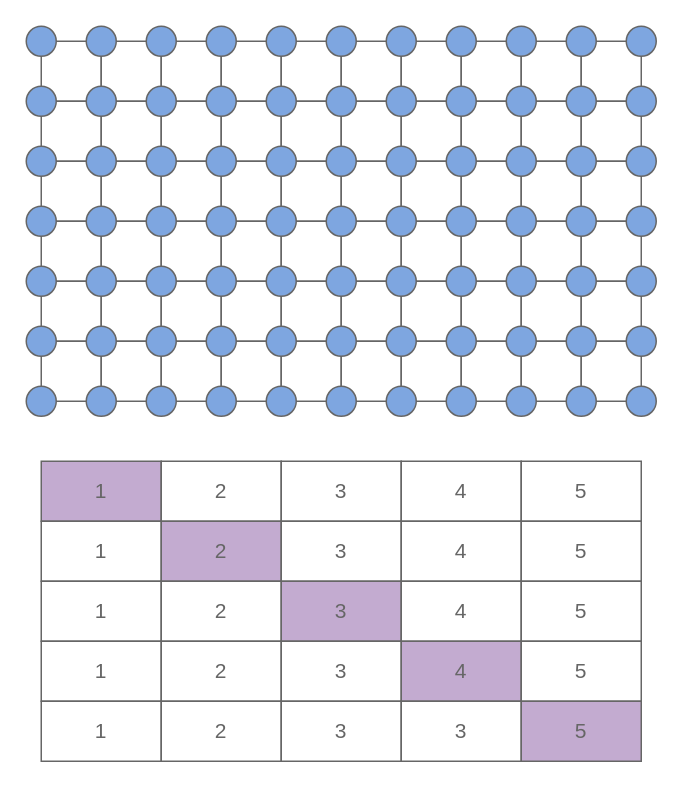
Before: figures/repeated-cross-validation-scheme.drawio in gomesluiz/long-lived-bug-bert-based-prediction, a draw.io diagram. Source tidied: cells renumbered, new cells numbered last; positions are measured from the earlier drawing's top-left corner, leaving out a move shared by most shapes. Both pictures are drawn from the tidied source at 150%, with x=0, y=0 at pixel (26, 26).
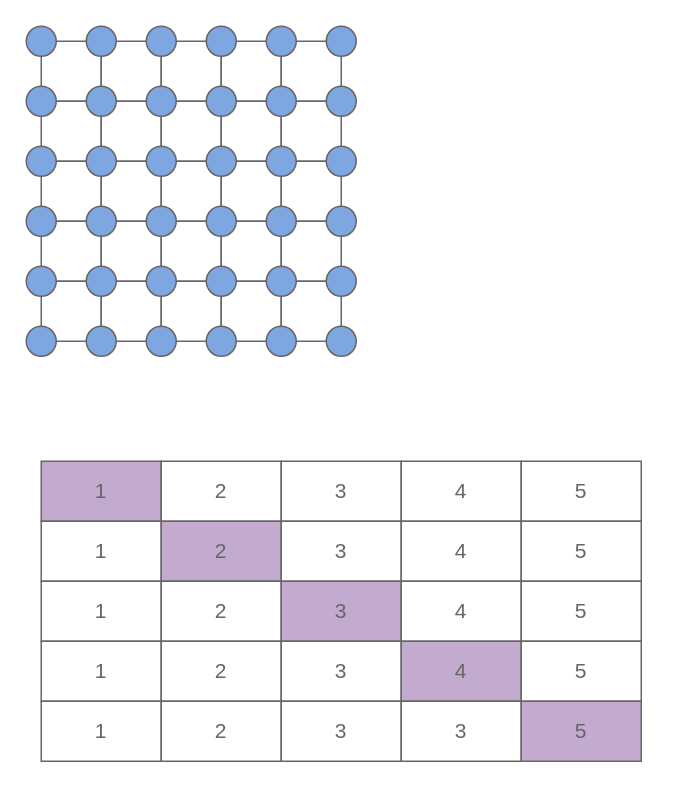
The same page after the edit.

What changed in the source:
```diff
@@
-    <mxCell id="7" style="whiteSpace=wrap;html=1;strokeColor=#666666;" parent="1" vertex="1">
-      <mxGeometry x="210" y="10" width="40" height="40" as="geometry" />
-    </mxCell>
-    <mxCell id="8" style="whiteSpace=wrap;html=1;strokeColor=#666666;" parent="1" vertex="1">
-      <mxGeometry x="250" y="10" width="40" height="40" as="geometry" />
-    </mxCell>
-    <mxCell id="9" style="whiteSpace=wrap;html=1;strokeColor=#666666;" parent="1" vertex="1">
-      <mxGeometry x="290" y="10" width="40" height="40" as="geometry" />
-    </mxCell>
-    <mxCell id="10" style="whiteSpace=wrap;html=1;strokeColor=#666666;" parent="1" vertex="1">
-      <mxGeometry x="330" y="10" width="40" height="40" as="geometry" />
-    </mxCell>
-    <mxCell id="11" style="whiteSpace=wrap;html=1;strokeColor=#666666;" parent="1" vertex="1">
-      <mxGeometry x="370" y="10" width="40" height="40" as="geometry" />
-    </mxCell>
@@
-    <mxCell id="17" style="whiteSpace=wrap;html=1;strokeColor=#666666;" parent="1" vertex="1">
-      <mxGeometry x="210" y="50" width="40" height="40" as="geometry" />
-    </mxCell>
-    <mxCell id="18" style="whiteSpace=wrap;html=1;strokeColor=#666666;" parent="1" vertex="1">
-      <mxGeometry x="250" y="50" width="40" height="40" as="geometry" />
-    </mxCell>
-    <mxCell id="19" style="whiteSpace=wrap;html=1;strokeColor=#666666;" parent="1" vertex="1">
-      <mxGeometry x="290" y="50" width="40" height="40" as="geometry" />
-    </mxCell>
-    <mxCell id="20" style="whiteSpace=wrap;html=1;strokeColor=#666666;" parent="1" vertex="1">
-      <mxGeometry x="330" y="50" width="40" height="40" as="geometry" />
-    </mxCell>
-    <mxCell id="21" style="whiteSpace=wrap;html=1;strokeColor=#666666;" parent="1" vertex="1">
-      <mxGeometry x="370" y="50" width="40" height="40" as="geometry" />
-    </mxCell>
@@
-    <mxCell id="27" style="whiteSpace=wrap;html=1;strokeColor=#666666;" parent="1" vertex="1">
-      <mxGeometry x="210" y="90" width="40" height="40" as="geometry" />
-    </mxCell>
-    <mxCell id="28" style="whiteSpace=wrap;html=1;strokeColor=#666666;" parent="1" vertex="1">
-      <mxGeometry x="250" y="90" width="40" height="40" as="geometry" />
-    </mxCell>
-    <mxCell id="29" style="whiteSpace=wrap;html=1;strokeColor=#666666;" parent="1" vertex="1">
-      <mxGeometry x="290" y="90" width="40" height="40" as="geometry" />
-    </mxCell>
-    <mxCell id="30" style="whiteSpace=wrap;html=1;strokeColor=#666666;" parent="1" vertex="1">
-      <mxGeometry x="330" y="90" width="40" height="40" as="geometry" />
-    </mxCell>
-    <mxCell id="31" style="whiteSpace=wrap;html=1;strokeColor=#666666;" parent="1" vertex="1">
-      <mxGeometry x="370" y="90" width="40" height="40" as="geometry" />
-    </mxCell>
@@
-    <mxCell id="37" style="whiteSpace=wrap;html=1;strokeColor=#666666;" parent="1" vertex="1">
-      <mxGeometry x="210" y="130" width="40" height="40" as="geometry" />
-    </mxCell>
-    <mxCell id="38" style="whiteSpace=wrap;html=1;strokeColor=#666666;" parent="1" vertex="1">
-      <mxGeometry x="250" y="130" width="40" height="40" as="geometry" />
-    </mxCell>
-    <mxCell id="39" style="whiteSpace=wrap;html=1;strokeColor=#666666;" parent="1" vertex="1">
-      <mxGeometry x="290" y="130" width="40" height="40" as="geometry" />
-    </mxCell>
-    <mxCell id="40" style="whiteSpace=wrap;html=1;strokeColor=#666666;" parent="1" vertex="1">
-      <mxGeometry x="330" y="130" width="40" height="40" as="geometry" />
-    </mxCell>
-    <mxCell id="41" style="whiteSpace=wrap;html=1;strokeColor=#666666;" parent="1" vertex="1">
-      <mxGeometry x="370" y="130" width="40" height="40" as="geometry" />
-    </mxCell>
@@
-    <mxCell id="47" style="whiteSpace=wrap;html=1;strokeColor=#666666;" parent="1" vertex="1">
-      <mxGeometry x="210" y="170" width="40" height="40" as="geometry" />
-    </mxCell>
-    <mxCell id="48" style="whiteSpace=wrap;html=1;strokeColor=#666666;" parent="1" vertex="1">
-      <mxGeometry x="250" y="170" width="40" height="40" as="geometry" />
-    </mxCell>
-    <mxCell id="49" style="whiteSpace=wrap;html=1;strokeColor=#666666;" parent="1" vertex="1">
-      <mxGeometry x="290" y="170" width="40" height="40" as="geometry" />
-    </mxCell>
-    <mxCell id="50" style="whiteSpace=wrap;html=1;strokeColor=#666666;" parent="1" vertex="1">
-      <mxGeometry x="330" y="170" width="40" height="40" as="geometry" />
-    </mxCell>
-    <mxCell id="51" style="whiteSpace=wrap;html=1;strokeColor=#666666;" parent="1" vertex="1">
-      <mxGeometry x="370" y="170" width="40" height="40" as="geometry" />
-    </mxCell>
-    <mxCell id="52" style="whiteSpace=wrap;html=1;strokeColor=#666666;" parent="1" vertex="1">
-      <mxGeometry x="10" y="210" width="40" height="40" as="geometry" />
-    </mxCell>
-    <mxCell id="53" style="whiteSpace=wrap;html=1;strokeColor=#666666;" parent="1" vertex="1">
-      <mxGeometry x="50" y="210" width="40" height="40" as="geometry" />
-    </mxCell>
-    <mxCell id="54" style="whiteSpace=wrap;html=1;strokeColor=#666666;" parent="1" vertex="1">
-      <mxGeometry x="90" y="210" width="40" height="40" as="geometry" />
-    </mxCell>
-    <mxCell id="55" style="whiteSpace=wrap;html=1;strokeColor=#666666;" parent="1" vertex="1">
-      <mxGeometry x="130" y="210" width="40" height="40" as="geometry" />
-    </mxCell>
-    <mxCell id="56" style="whiteSpace=wrap;html=1;strokeColor=#666666;" parent="1" vertex="1">
-      <mxGeometry x="170" y="210" width="40" height="40" as="geometry" />
-    </mxCell>
-    <mxCell id="57" style="whiteSpace=wrap;html=1;strokeColor=#666666;" parent="1" vertex="1">
-      <mxGeometry x="210" y="210" width="40" height="40" as="geometry" />
-    </mxCell>
-    <mxCell id="58" style="whiteSpace=wrap;html=1;strokeColor=#666666;" parent="1" vertex="1">
-      <mxGeometry x="250" y="210" width="40" height="40" as="geometry" />
-    </mxCell>
-    <mxCell id="59" style="whiteSpace=wrap;html=1;strokeColor=#666666;" parent="1" vertex="1">
-      <mxGeometry x="290" y="210" width="40" height="40" as="geometry" />
-    </mxCell>
-    <mxCell id="60" style="whiteSpace=wrap;html=1;strokeColor=#666666;" parent="1" vertex="1">
-      <mxGeometry x="330" y="210" width="40" height="40" as="geometry" />
-    </mxCell>
-    <mxCell id="61" style="whiteSpace=wrap;html=1;strokeColor=#666666;" parent="1" vertex="1">
-      <mxGeometry x="370" y="210" width="40" height="40" as="geometry" />
-    </mxCell>
@@
-    <mxCell id="67" style="ellipse;whiteSpace=wrap;html=1;strokeColor=#666666;fillColor=#7EA6E0;" parent="1" vertex="1">
-      <mxGeometry x="240" y="40" width="20" height="20" as="geometry" />
-    </mxCell>
-    <mxCell id="68" style="ellipse;whiteSpace=wrap;html=1;strokeColor=#666666;fillColor=#7EA6E0;" parent="1" vertex="1">
-      <mxGeometry x="280" y="40" width="20" height="20" as="geometry" />
-    </mxCell>
-    <mxCell id="69" style="ellipse;whiteSpace=wrap;html=1;strokeColor=#666666;fillColor=#7EA6E0;" parent="1" vertex="1">
-      <mxGeometry x="320" y="40" width="20" height="20" as="geometry" />
-    </mxCell>
@@
-    <mxCell id="71" style="ellipse;whiteSpace=wrap;html=1;strokeColor=#666666;fillColor=#7EA6E0;" parent="1" vertex="1">
-      <mxGeometry x="360" y="40" width="20" height="20" as="geometry" />
-    </mxCell>
-    <mxCell id="72" style="ellipse;whiteSpace=wrap;html=1;strokeColor=#666666;fillColor=#7EA6E0;" parent="1" vertex="1">
-      <mxGeometry x="400" y="40" width="20" height="20" as="geometry" />
-    </mxCell>
@@
-    <mxCell id="78" style="ellipse;whiteSpace=wrap;html=1;strokeColor=#666666;fillColor=#7EA6E0;" parent="1" vertex="1">
-      <mxGeometry x="240" y="80" width="20" height="20" as="geometry" />
-    </mxCell>
-    <mxCell id="79" style="ellipse;whiteSpace=wrap;html=1;strokeColor=#666666;fillColor=#7EA6E0;" parent="1" vertex="1">
-      <mxGeometry x="280" y="80" width="20" height="20" as="geometry" />
-    </mxCell>
-    <mxCell id="80" style="ellipse;whiteSpace=wrap;html=1;strokeColor=#666666;fillColor=#7EA6E0;" parent="1" vertex="1">
-      <mxGeometry x="320" y="80" width="20" height="20" as="geometry" />
-    </mxCell>
@@
-    <mxCell id="82" style="ellipse;whiteSpace=wrap;html=1;strokeColor=#666666;fillColor=#7EA6E0;" parent="1" vertex="1">
-      <mxGeometry x="360" y="80" width="20" height="20" as="geometry" />
-    </mxCell>
-    <mxCell id="83" style="ellipse;whiteSpace=wrap;html=1;strokeColor=#666666;fillColor=#7EA6E0;" parent="1" vertex="1">
-      <mxGeometry x="400" y="80" width="20" height="20" as="geometry" />
-    </mxCell>
@@
-    <mxCell id="89" style="ellipse;whiteSpace=wrap;html=1;strokeColor=#666666;fillColor=#7EA6E0;" parent="1" vertex="1">
-      <mxGeometry x="240" y="120" width="20" height="20" as="geometry" />
-    </mxCell>
-    <mxCell id="90" style="ellipse;whiteSpace=wrap;html=1;strokeColor=#666666;fillColor=#7EA6E0;" parent="1" vertex="1">
-      <mxGeometry x="280" y="120" width="20" height="20" as="geometry" />
-    </mxCell>
-    <mxCell id="91" style="ellipse;whiteSpace=wrap;html=1;strokeColor=#666666;fillColor=#7EA6E0;" parent="1" vertex="1">
-      <mxGeometry x="320" y="120" width="20" height="20" as="geometry" />
-    </mxCell>
@@
-    <mxCell id="93" style="ellipse;whiteSpace=wrap;html=1;strokeColor=#666666;fillColor=#7EA6E0;" parent="1" vertex="1">
-      <mxGeometry x="360" y="120" width="20" height="20" as="geometry" />
-    </mxCell>
-    <mxCell id="94" style="ellipse;whiteSpace=wrap;html=1;strokeColor=#666666;fillColor=#7EA6E0;" parent="1" vertex="1">
-      <mxGeometry x="400" y="120" width="20" height="20" as="geometry" />
-    </mxCell>
@@
-    <mxCell id="100" style="ellipse;whiteSpace=wrap;html=1;strokeColor=#666666;fillColor=#7EA6E0;" parent="1" vertex="1">
-      <mxGeometry x="240" y="160" width="20" height="20" as="geometry" />
-    </mxCell>
-    <mxCell id="101" style="ellipse;whiteSpace=wrap;html=1;strokeColor=#666666;fillColor=#7EA6E0;" parent="1" vertex="1">
-      <mxGeometry x="280" y="160" width="20" height="20" as="geometry" />
-    </mxCell>
-    <mxCell id="102" style="ellipse;whiteSpace=wrap;html=1;strokeColor=#666666;fillColor=#7EA6E0;" parent="1" vertex="1">
-      <mxGeometry x="320" y="160" width="20" height="20" as="geometry" />
-    </mxCell>
@@
-    <mxCell id="104" style="ellipse;whiteSpace=wrap;html=1;strokeColor=#666666;fillColor=#7EA6E0;" parent="1" vertex="1">
-      <mxGeometry x="360" y="160" width="20" height="20" as="geometry" />
-    </mxCell>
-    <mxCell id="105" style="ellipse;whiteSpace=wrap;html=1;strokeColor=#666666;fillColor=#7EA6E0;" parent="1" vertex="1">
-      <mxGeometry x="400" y="160" width="20" height="20" as="geometry" />
-    </mxCell>
@@
-    <mxCell id="111" style="ellipse;whiteSpace=wrap;html=1;strokeColor=#666666;fillColor=#7EA6E0;" parent="1" vertex="1">
-      <mxGeometry x="240" y="200" width="20" height="20" as="geometry" />
-    </mxCell>
-    <mxCell id="112" style="ellipse;whiteSpace=wrap;html=1;strokeColor=#666666;fillColor=#7EA6E0;" parent="1" vertex="1">
-      <mxGeometry x="280" y="200" width="20" height="20" as="geometry" />
-    </mxCell>
-    <mxCell id="113" style="ellipse;whiteSpace=wrap;html=1;strokeColor=#666666;fillColor=#7EA6E0;" parent="1" vertex="1">
-      <mxGeometry x="320" y="200" width="20" height="20" as="geometry" />
-    </mxCell>
@@
-    <mxCell id="115" style="ellipse;whiteSpace=wrap;html=1;strokeColor=#666666;fillColor=#7EA6E0;" parent="1" vertex="1">
-      <mxGeometry x="360" y="200" width="20" height="20" as="geometry" />
-    </mxCell>
-    <mxCell id="116" style="ellipse;whiteSpace=wrap;html=1;strokeColor=#666666;fillColor=#7EA6E0;" parent="1" vertex="1">
-      <mxGeometry x="400" y="200" width="20" height="20" as="geometry" />
-    </mxCell>
-    <mxCell id="117" style="ellipse;whiteSpace=wrap;html=1;strokeColor=#666666;fillColor=#7EA6E0;" parent="1" vertex="1">
-      <mxGeometry x="40" y="240" width="20" height="20" as="geometry" />
-    </mxCell>
-    <mxCell id="118" style="ellipse;whiteSpace=wrap;html=1;strokeColor=#666666;fillColor=#7EA6E0;" parent="1" vertex="1">
-      <mxGeometry x="80" y="240" width="20" height="20" as="geometry" />
-    </mxCell>
-    <mxCell id="119" style="ellipse;whiteSpace=wrap;html=1;strokeColor=#666666;fillColor=#7EA6E0;" parent="1" vertex="1">
-      <mxGeometry x="120" y="240" width="20" height="20" as="geometry" />
-    </mxCell>
-    <mxCell id="120" style="ellipse;whiteSpace=wrap;html=1;strokeColor=#666666;fillColor=#7EA6E0;" parent="1" vertex="1">
-      <mxGeometry x="160" y="240" width="20" height="20" as="geometry" />
-    </mxCell>
-    <mxCell id="121" style="ellipse;whiteSpace=wrap;html=1;strokeColor=#666666;fillColor=#7EA6E0;" parent="1" vertex="1">
-      <mxGeometry x="200" y="240" width="20" height="20" as="geometry" />
-    </mxCell>
-    <mxCell id="122" style="ellipse;whiteSpace=wrap;html=1;strokeColor=#666666;fillColor=#7EA6E0;" parent="1" vertex="1">
-      <mxGeometry x="240" y="240" width="20" height="20" as="geometry" />
-    </mxCell>
-    <mxCell id="123" style="ellipse;whiteSpace=wrap;html=1;strokeColor=#666666;fillColor=#7EA6E0;" parent="1" vertex="1">
-      <mxGeometry x="280" y="240" width="20" height="20" as="geometry" />
-    </mxCell>
-    <mxCell id="124" style="ellipse;whiteSpace=wrap;html=1;strokeColor=#666666;fillColor=#7EA6E0;" parent="1" vertex="1">
-      <mxGeometry x="320" y="240" width="20" height="20" as="geometry" />
-    </mxCell>
-    <mxCell id="125" style="ellipse;whiteSpace=wrap;html=1;strokeColor=#666666;fillColor=#7EA6E0;" parent="1" vertex="1">
-      <mxGeometry y="240" width="20" height="20" as="geometry" />
-    </mxCell>
-    <mxCell id="126" style="ellipse;whiteSpace=wrap;html=1;strokeColor=#666666;fillColor=#7EA6E0;" parent="1" vertex="1">
-      <mxGeometry x="360" y="240" width="20" height="20" as="geometry" />
-    </mxCell>
-    <mxCell id="127" style="ellipse;whiteSpace=wrap;html=1;strokeColor=#666666;fillColor=#7EA6E0;" parent="1" vertex="1">
-      <mxGeometry x="400" y="240" width="20" height="20" as="geometry" />
-    </mxCell>
@@
-    <mxCell id="133" style="ellipse;whiteSpace=wrap;html=1;strokeColor=#666666;fillColor=#7EA6E0;" parent="1" vertex="1">
-      <mxGeometry x="240" width="20" height="20" as="geometry" />
-    </mxCell>
-    <mxCell id="134" style="ellipse;whiteSpace=wrap;html=1;strokeColor=#666666;fillColor=#7EA6E0;" parent="1" vertex="1">
-      <mxGeometry x="280" width="20" height="20" as="geometry" />
-    </mxCell>
-    <mxCell id="135" style="ellipse;whiteSpace=wrap;html=1;strokeColor=#666666;fillColor=#7EA6E0;" parent="1" vertex="1">
-      <mxGeometry x="320" width="20" height="20" as="geometry" />
-    </mxCell>
@@
-    <mxCell id="137" style="ellipse;whiteSpace=wrap;html=1;strokeColor=#666666;fillColor=#7EA6E0;" parent="1" vertex="1">
-      <mxGeometry x="360" width="20" height="20" as="geometry" />
-    </mxCell>
-    <mxCell id="138" style="ellipse;whiteSpace=wrap;html=1;strokeColor=#666666;fillColor=#7EA6E0;" parent="1" vertex="1">
-      <mxGeometry x="400" width="20" height="20" as="geometry" />
-    </mxCell>
```
